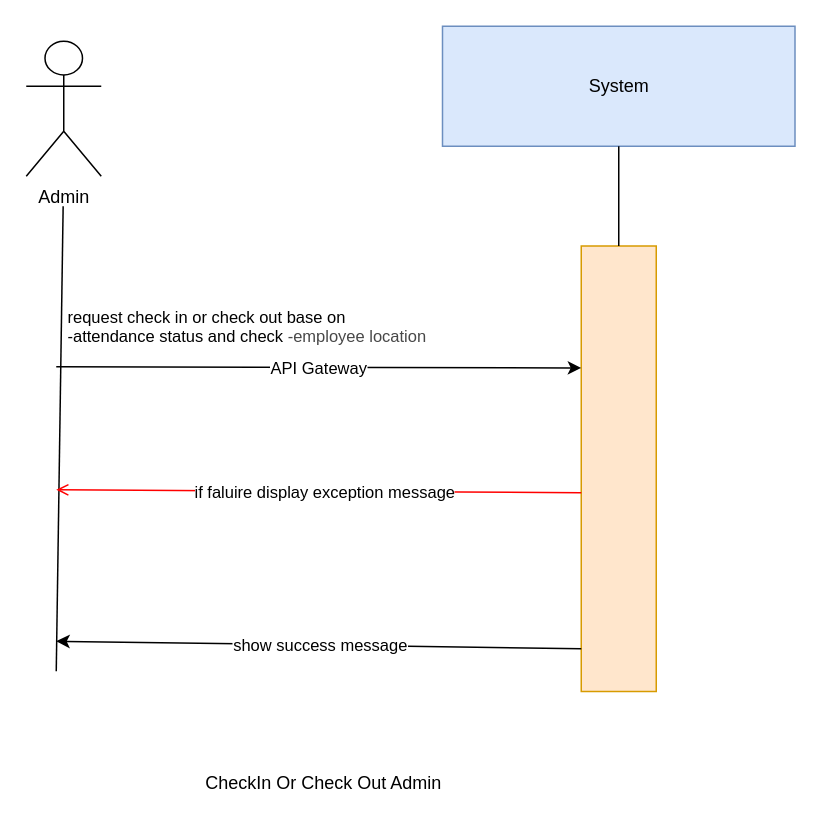
Before: Community/admin/dashboard/check_in_or_check_out.drawio in ibrahim14ibs/hr_app_diagram, a draw.io diagram. Source tidied: cells renumbered, new cells numbered last; positions are measured from the earlier drawing's top-left corner, leaving out a move shared by most shapes. Both pictures are drawn from the tidied source at 150%, with x=0, y=0 at pixel (26, 26).
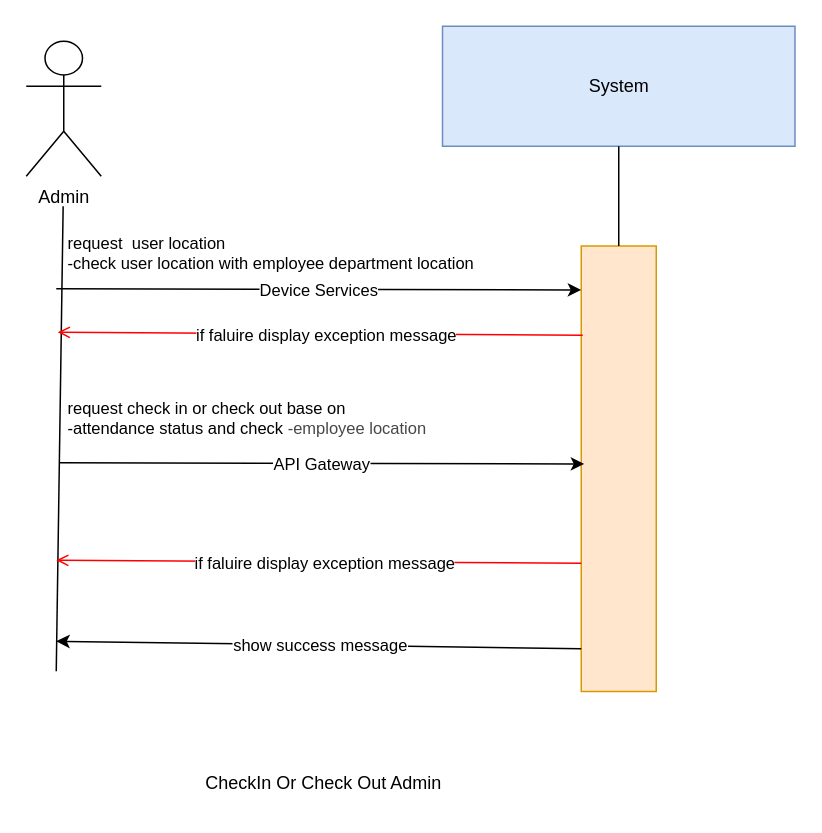
After the change.

The edit, as a diff of the source:
```diff
@@
     <mxCell id="5" style="endArrow=classic;html=1;rounded=0;entryX=0;entryY=0.25;entryDx=0;entryDy=0;" parent="1" edge="1">
       <mxGeometry relative="1" as="geometry">
-        <mxPoint x="20" y="227" as="sourcePoint" />
-        <mxPoint x="370" y="227.8" as="targetPoint" />
+        <mxPoint x="20" y="175" as="sourcePoint" />
+        <mxPoint x="370" y="175.8" as="targetPoint" />
       </mxGeometry>
     </mxCell>
-    <mxCell id="6" value="API Gateway" style="edgeLabel;html=1;align=center;verticalAlign=middle;" parent="5" vertex="1">
+    <mxCell id="6" value="Device Services" style="edgeLabel;html=1;align=center;verticalAlign=middle;" parent="5" vertex="1">
       <mxGeometry relative="1" as="geometry" />
     </mxCell>
@@
     <mxCell id="12" value="request check in or check out base on&amp;nbsp;&lt;div&gt;&lt;span style=&quot;text-align: center; background-color: light-dark(#ffffff, var(--ge-dark-color, #121212));&quot;&gt;-attendance status and check &lt;font color=&quot;#484848&quot;&gt;-employee location&lt;/font&gt;&lt;/span&gt;&lt;/div&gt;" style="edgeLabel;html=1;align=left;verticalAlign=bottom;" parent="1" vertex="1">
-      <mxGeometry x="26" y="215" as="geometry" />
+      <mxGeometry x="26" y="276" as="geometry" />
     </mxCell>
     <mxCell id="13" style="endArrow=open;strokeColor=#FF0000;endFill=1;rounded=0;exitX=0;exitY=0.382;exitDx=0;exitDy=0;exitPerimeter=0;" parent="1" edge="1">
       <mxGeometry relative="1" as="geometry">
-        <mxPoint x="370" y="311" as="sourcePoint" />
-        <mxPoint x="20" y="309" as="targetPoint" />
+        <mxPoint x="370" y="358" as="sourcePoint" />
+        <mxPoint x="20" y="356" as="targetPoint" />
       </mxGeometry>
     </mxCell>
@@
+    <mxCell id="15" style="endArrow=classic;html=1;rounded=0;entryX=0;entryY=0.25;entryDx=0;entryDy=0;" parent="1" edge="1">
+      <mxGeometry relative="1" as="geometry">
+        <mxPoint x="22" y="291" as="sourcePoint" />
+        <mxPoint x="372" y="291.8" as="targetPoint" />
+      </mxGeometry>
+    </mxCell>
+    <mxCell id="16" value="API Gateway" style="edgeLabel;html=1;align=center;verticalAlign=middle;" parent="15" vertex="1">
+      <mxGeometry relative="1" as="geometry" />
+    </mxCell>
+    <mxCell id="17" value="request&amp;nbsp; user location&lt;div&gt;-check user location with employee department location&lt;/div&gt;" style="edgeLabel;html=1;align=left;verticalAlign=bottom;" parent="1" vertex="1">
+      <mxGeometry x="26" y="166" as="geometry" />
+    </mxCell>
+    <mxCell id="18" style="endArrow=open;strokeColor=#FF0000;endFill=1;rounded=0;exitX=0;exitY=0.382;exitDx=0;exitDy=0;exitPerimeter=0;" parent="1" edge="1">
+      <mxGeometry relative="1" as="geometry">
+        <mxPoint x="371" y="206" as="sourcePoint" />
+        <mxPoint x="21" y="204" as="targetPoint" />
+      </mxGeometry>
+    </mxCell>
+    <mxCell id="19" value="if faluire display&amp;nbsp;exception message" style="edgeLabel;html=1;align=center;verticalAlign=middle;" parent="18" vertex="1">
+      <mxGeometry x="-0.01" relative="1" as="geometry">
+        <mxPoint x="1" as="offset" />
+      </mxGeometry>
+    </mxCell>
```
